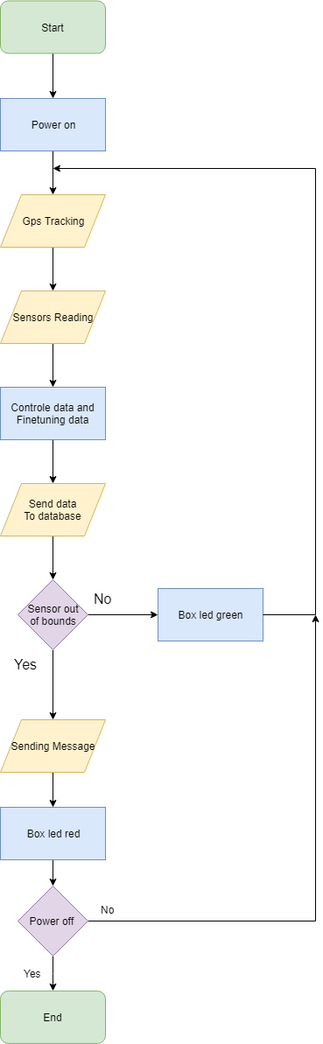
The draw.io diagram doc/img/flowchart.png in AP-IT-GH/iot19-md2, before a commit. Source tidied: cells renumbered, new cells last; positions are measured from the earlier drawing's top-left corner, leaving out a move shared by most shapes. The source it was exported from:
```xml
<mxGraphModel background="#ffffff">
  <root>
    <mxCell id="0" />
    <mxCell id="1" parent="0" />
    <mxCell id="2" style="edgeStyle=orthogonalEdgeStyle;rounded=0;jettySize=auto;html=1;" parent="1" edge="1" source="3" target="7">
      <mxGeometry relative="1" as="geometry" />
    </mxCell>
    <mxCell id="3" value="Power on" style="rounded=0;whiteSpace=wrap;html=1;fillColor=#dae8fc;strokeColor=#6c8ebf;" parent="1" vertex="1">
      <mxGeometry y="112" width="120" height="60" as="geometry" />
    </mxCell>
    <mxCell id="4" style="edgeStyle=orthogonalEdgeStyle;rounded=0;jettySize=auto;html=1;" parent="1" edge="1" source="5" target="3">
      <mxGeometry relative="1" as="geometry" />
    </mxCell>
    <mxCell id="5" value="Start" style="rounded=1;whiteSpace=wrap;html=1;fillColor=#d5e8d4;strokeColor=#82b366;" parent="1" vertex="1">
      <mxGeometry y="0.5" width="120" height="60" as="geometry" />
    </mxCell>
    <mxCell id="6" style="edgeStyle=orthogonalEdgeStyle;rounded=0;jettySize=auto;html=1;" parent="1" edge="1" source="7" target="9">
      <mxGeometry relative="1" as="geometry" />
    </mxCell>
    <mxCell id="7" value="Gps Tracking" style="shape=parallelogram;perimeter=parallelogramPerimeter;whiteSpace=wrap;html=1;fillColor=#fff2cc;strokeColor=#d6b656;" parent="1" vertex="1">
      <mxGeometry y="222" width="120" height="60" as="geometry" />
    </mxCell>
    <mxCell id="8" style="edgeStyle=orthogonalEdgeStyle;rounded=0;jettySize=auto;html=1;" parent="1" edge="1" source="9" target="11">
      <mxGeometry relative="1" as="geometry" />
    </mxCell>
    <mxCell id="9" value="Sensors Reading" style="shape=parallelogram;perimeter=parallelogramPerimeter;whiteSpace=wrap;html=1;fillColor=#fff2cc;strokeColor=#d6b656;" parent="1" vertex="1">
      <mxGeometry y="332" width="120" height="60" as="geometry" />
    </mxCell>
    <mxCell id="10" style="edgeStyle=orthogonalEdgeStyle;rounded=0;jettySize=auto;html=1;" parent="1" edge="1" source="11">
      <mxGeometry relative="1" as="geometry">
        <mxPoint x="60" y="552" as="targetPoint" />
      </mxGeometry>
    </mxCell>
    <mxCell id="11" value="Controle data and&lt;br&gt;Finetuning data" style="rounded=0;whiteSpace=wrap;html=1;fillColor=#dae8fc;strokeColor=#6c8ebf;" parent="1" vertex="1">
      <mxGeometry y="442" width="120" height="60" as="geometry" />
    </mxCell>
    <mxCell id="12" style="edgeStyle=orthogonalEdgeStyle;rounded=0;jettySize=auto;html=1;" parent="1" edge="1" target="15">
      <mxGeometry relative="1" as="geometry">
        <mxPoint x="60" y="612" as="sourcePoint" />
      </mxGeometry>
    </mxCell>
    <mxCell id="13" style="edgeStyle=orthogonalEdgeStyle;rounded=0;jettySize=auto;html=1;" parent="1" edge="1" source="15">
      <mxGeometry relative="1" as="geometry">
        <mxPoint x="60" y="822" as="targetPoint" />
      </mxGeometry>
    </mxCell>
    <mxCell id="14" style="edgeStyle=orthogonalEdgeStyle;rounded=0;jettySize=auto;html=1;" parent="1" edge="1" source="15">
      <mxGeometry relative="1" as="geometry">
        <mxPoint x="180" y="702" as="targetPoint" />
      </mxGeometry>
    </mxCell>
    <mxCell id="15" value="Sensor out&lt;br&gt;of bounds" style="rhombus;whiteSpace=wrap;html=1;fillColor=#e1d5e7;strokeColor=#9673a6;" parent="1" vertex="1">
      <mxGeometry x="20" y="662" width="80" height="80" as="geometry" />
    </mxCell>
    <mxCell id="16" value="&lt;font style=&quot;font-size: 16px&quot;&gt;Yes&lt;/font&gt;" style="text;html=1;align=left;verticalAlign=top;spacingTop=-4;" parent="1" vertex="1">
      <mxGeometry x="14" y="747" width="40" height="20" as="geometry" />
    </mxCell>
    <mxCell id="17" style="edgeStyle=orthogonalEdgeStyle;rounded=0;jettySize=auto;html=1;" parent="1" edge="1" target="19">
      <mxGeometry relative="1" as="geometry">
        <mxPoint x="60" y="882" as="sourcePoint" />
      </mxGeometry>
    </mxCell>
    <mxCell id="18" style="edgeStyle=orthogonalEdgeStyle;rounded=0;jettySize=auto;html=1;" parent="1" edge="1" source="19">
      <mxGeometry relative="1" as="geometry">
        <mxPoint x="60" y="1012" as="targetPoint" />
      </mxGeometry>
    </mxCell>
    <mxCell id="19" value="Box led red" style="rounded=0;whiteSpace=wrap;html=1;fillColor=#dae8fc;strokeColor=#6c8ebf;" parent="1" vertex="1">
      <mxGeometry y="922" width="120" height="60" as="geometry" />
    </mxCell>
    <mxCell id="20" value="Box led green" style="rounded=0;whiteSpace=wrap;html=1;fillColor=#dae8fc;strokeColor=#6c8ebf;" parent="1" vertex="1">
      <mxGeometry x="180" y="672" width="120" height="60" as="geometry" />
    </mxCell>
    <mxCell id="21" value="&lt;span style=&quot;font-size: 16px&quot;&gt;No&lt;/span&gt;" style="text;html=1;align=left;verticalAlign=top;spacingTop=-4;" parent="1" vertex="1">
      <mxGeometry x="105" y="672" width="40" height="20" as="geometry" />
    </mxCell>
    <mxCell id="22" style="endArrow=none;html=1;" parent="1" edge="1">
      <mxGeometry relative="1" as="geometry">
        <mxPoint x="360" y="702" as="sourcePoint" />
        <mxPoint x="360" y="192" as="targetPoint" />
      </mxGeometry>
    </mxCell>
    <mxCell id="23" style="endArrow=none;html=1;entryX=1;entryY=0.5;entryDx=0;entryDy=0;" parent="1" edge="1" target="20">
      <mxGeometry relative="1" as="geometry">
        <mxPoint x="360" y="702" as="sourcePoint" />
      </mxGeometry>
    </mxCell>
    <mxCell id="24" style="edgeStyle=orthogonalEdgeStyle;rounded=0;jettySize=auto;html=1;exitX=1;exitY=0.5;exitDx=0;exitDy=0;" parent="1" edge="1" source="26">
      <mxGeometry relative="1" as="geometry">
        <mxPoint x="360" y="702" as="targetPoint" />
      </mxGeometry>
    </mxCell>
    <mxCell id="25" style="edgeStyle=orthogonalEdgeStyle;rounded=0;jettySize=auto;html=1;" parent="1" edge="1" source="26" target="27">
      <mxGeometry relative="1" as="geometry" />
    </mxCell>
    <mxCell id="26" value="Power off&amp;nbsp;" style="rhombus;whiteSpace=wrap;html=1;fillColor=#e1d5e7;strokeColor=#9673a6;" parent="1" vertex="1">
      <mxGeometry x="20" y="1012" width="80" height="80" as="geometry" />
    </mxCell>
    <mxCell id="27" value="End" style="rounded=1;whiteSpace=wrap;html=1;fillColor=#d5e8d4;strokeColor=#82b366;" parent="1" vertex="1">
      <mxGeometry y="1131.9" width="120" height="60" as="geometry" />
    </mxCell>
    <mxCell id="28" style="endArrow=classic;html=1;" parent="1" edge="1">
      <mxGeometry relative="1" as="geometry">
        <mxPoint x="360" y="192" as="sourcePoint" />
        <mxPoint x="60" y="192" as="targetPoint" />
      </mxGeometry>
    </mxCell>
    <mxCell id="29" value="No" style="text;html=1;align=left;verticalAlign=top;spacingTop=-4;" parent="1" vertex="1">
      <mxGeometry x="113" y="1030" width="30" height="20" as="geometry" />
    </mxCell>
    <mxCell id="30" value="Yes" style="text;html=1;align=left;verticalAlign=top;spacingTop=-4;" parent="1" vertex="1">
      <mxGeometry x="25" y="1103" width="30" height="20" as="geometry" />
    </mxCell>
    <mxCell id="31" value="Send data&lt;br&gt;To database" style="shape=parallelogram;perimeter=parallelogramPerimeter;whiteSpace=wrap;html=1;fillColor=#fff2cc;strokeColor=#d6b656;" parent="1" vertex="1">
      <mxGeometry y="552" width="120" height="60" as="geometry" />
    </mxCell>
    <mxCell id="32" value="Sending Message" style="shape=parallelogram;perimeter=parallelogramPerimeter;whiteSpace=wrap;html=1;fillColor=#fff2cc;strokeColor=#d6b656;" parent="1" vertex="1">
      <mxGeometry y="822" width="120" height="60" as="geometry" />
    </mxCell>
  </root>
</mxGraphModel>
```
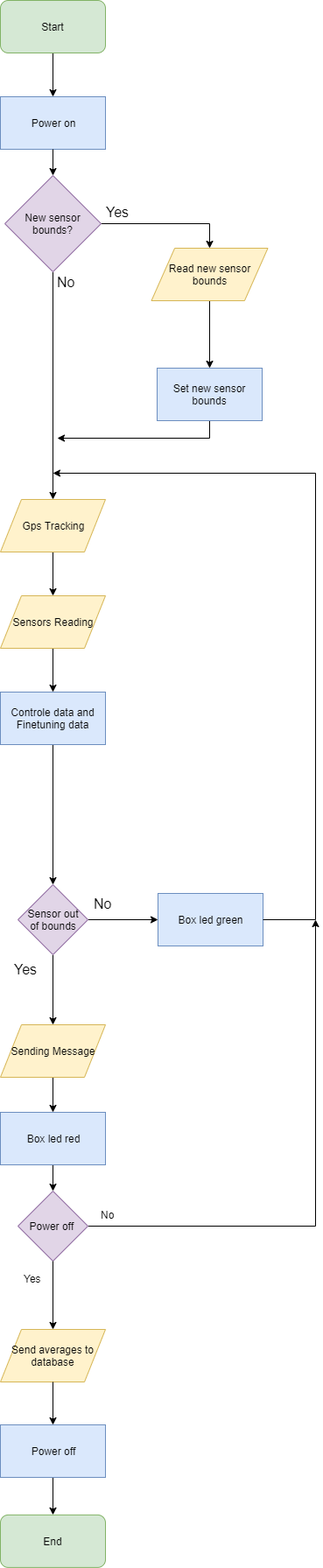
The same file after the commit.

Commit message:
flowchart doen

The edit, as a diff of the source:
```diff
@@ -2,17 +2,17 @@
   <root>
     <mxCell id="0" />
     <mxCell id="1" parent="0" />
-    <mxCell id="2" style="edgeStyle=orthogonalEdgeStyle;rounded=0;jettySize=auto;html=1;" parent="1" edge="1" source="3" target="7">
+    <mxCell id="2" style="edgeStyle=orthogonalEdgeStyle;rounded=0;jettySize=auto;html=1;" parent="1" edge="1" source="35" target="7">
       <mxGeometry relative="1" as="geometry" />
     </mxCell>
     <mxCell id="3" value="Power on" style="rounded=0;whiteSpace=wrap;html=1;fillColor=#dae8fc;strokeColor=#6c8ebf;" parent="1" vertex="1">
-      <mxGeometry y="112" width="120" height="60" as="geometry" />
+      <mxGeometry y="-238" width="120" height="60" as="geometry" />
     </mxCell>
     <mxCell id="4" style="edgeStyle=orthogonalEdgeStyle;rounded=0;jettySize=auto;html=1;" parent="1" edge="1" source="5" target="3">
       <mxGeometry relative="1" as="geometry" />
     </mxCell>
     <mxCell id="5" value="Start" style="rounded=1;whiteSpace=wrap;html=1;fillColor=#d5e8d4;strokeColor=#82b366;" parent="1" vertex="1">
-      <mxGeometry y="0.5" width="120" height="60" as="geometry" />
+      <mxGeometry y="-348" width="120" height="60" as="geometry" />
     </mxCell>
     <mxCell id="6" style="edgeStyle=orthogonalEdgeStyle;rounded=0;jettySize=auto;html=1;" parent="1" edge="1" source="7" target="9">
       <mxGeometry relative="1" as="geometry" />
@@ -26,19 +26,12 @@
     <mxCell id="9" value="Sensors Reading" style="shape=parallelogram;perimeter=parallelogramPerimeter;whiteSpace=wrap;html=1;fillColor=#fff2cc;strokeColor=#d6b656;" parent="1" vertex="1">
       <mxGeometry y="332" width="120" height="60" as="geometry" />
     </mxCell>
-    <mxCell id="10" style="edgeStyle=orthogonalEdgeStyle;rounded=0;jettySize=auto;html=1;" parent="1" edge="1" source="11">
-      <mxGeometry relative="1" as="geometry">
-        <mxPoint x="60" y="552" as="targetPoint" />
-      </mxGeometry>
-    </mxCell>
+    <mxCell id="33" style="edgeStyle=orthogonalEdgeStyle;rounded=0;jettySize=auto;html=1;exitX=0.5;exitY=1;exitDx=0;exitDy=0;entryX=0.5;entryY=0;entryDx=0;entryDy=0;" parent="1" edge="1" source="11" target="15">
+      <mxGeometry relative="1" as="geometry" />
+    </mxCell>
     <mxCell id="11" value="Controle data and&lt;br&gt;Finetuning data" style="rounded=0;whiteSpace=wrap;html=1;fillColor=#dae8fc;strokeColor=#6c8ebf;" parent="1" vertex="1">
       <mxGeometry y="442" width="120" height="60" as="geometry" />
     </mxCell>
-    <mxCell id="12" style="edgeStyle=orthogonalEdgeStyle;rounded=0;jettySize=auto;html=1;" parent="1" edge="1" target="15">
-      <mxGeometry relative="1" as="geometry">
-        <mxPoint x="60" y="612" as="sourcePoint" />
-      </mxGeometry>
-    </mxCell>
     <mxCell id="13" style="edgeStyle=orthogonalEdgeStyle;rounded=0;jettySize=auto;html=1;" parent="1" edge="1" source="15">
       <mxGeometry relative="1" as="geometry">
         <mxPoint x="60" y="822" as="targetPoint" />
@@ -90,14 +83,14 @@
         <mxPoint x="360" y="702" as="targetPoint" />
       </mxGeometry>
     </mxCell>
-    <mxCell id="25" style="edgeStyle=orthogonalEdgeStyle;rounded=0;jettySize=auto;html=1;" parent="1" edge="1" source="26" target="27">
+    <mxCell id="25" style="edgeStyle=orthogonalEdgeStyle;rounded=0;jettySize=auto;html=1;" parent="1" edge="1" source="45" target="27">
       <mxGeometry relative="1" as="geometry" />
     </mxCell>
     <mxCell id="26" value="Power off&amp;nbsp;" style="rhombus;whiteSpace=wrap;html=1;fillColor=#e1d5e7;strokeColor=#9673a6;" parent="1" vertex="1">
       <mxGeometry x="20" y="1012" width="80" height="80" as="geometry" />
     </mxCell>
     <mxCell id="27" value="End" style="rounded=1;whiteSpace=wrap;html=1;fillColor=#d5e8d4;strokeColor=#82b366;" parent="1" vertex="1">
-      <mxGeometry y="1131.9" width="120" height="60" as="geometry" />
+      <mxGeometry y="1381.9" width="120" height="60" as="geometry" />
     </mxCell>
     <mxCell id="28" style="endArrow=classic;html=1;" parent="1" edge="1">
       <mxGeometry relative="1" as="geometry">
@@ -111,11 +104,52 @@
     <mxCell id="30" value="Yes" style="text;html=1;align=left;verticalAlign=top;spacingTop=-4;" parent="1" vertex="1">
       <mxGeometry x="25" y="1103" width="30" height="20" as="geometry" />
     </mxCell>
-    <mxCell id="31" value="Send data&lt;br&gt;To database" style="shape=parallelogram;perimeter=parallelogramPerimeter;whiteSpace=wrap;html=1;fillColor=#fff2cc;strokeColor=#d6b656;" parent="1" vertex="1">
-      <mxGeometry y="552" width="120" height="60" as="geometry" />
-    </mxCell>
     <mxCell id="32" value="Sending Message" style="shape=parallelogram;perimeter=parallelogramPerimeter;whiteSpace=wrap;html=1;fillColor=#fff2cc;strokeColor=#d6b656;" parent="1" vertex="1">
       <mxGeometry y="822" width="120" height="60" as="geometry" />
     </mxCell>
+    <mxCell id="34" style="edgeStyle=orthogonalEdgeStyle;rounded=0;jettySize=auto;html=1;exitX=1;exitY=0.5;exitDx=0;exitDy=0;entryX=0.5;entryY=0;entryDx=0;entryDy=0;" parent="1" edge="1" source="35" target="40">
+      <mxGeometry relative="1" as="geometry" />
+    </mxCell>
+    <mxCell id="35" value="New sensor bounds?" style="rhombus;whiteSpace=wrap;html=1;fillColor=#e1d5e7;strokeColor=#9673a6;" parent="1" vertex="1">
+      <mxGeometry x="5" y="-148" width="110" height="110" as="geometry" />
+    </mxCell>
+    <mxCell id="36" style="edgeStyle=orthogonalEdgeStyle;rounded=0;jettySize=auto;html=1;" parent="1" edge="1" source="3" target="35">
+      <mxGeometry relative="1" as="geometry" />
+    </mxCell>
+    <mxCell id="37" value="&lt;span style=&quot;font-size: 16px&quot;&gt;No&lt;/span&gt;" style="text;html=1;align=left;verticalAlign=top;spacingTop=-4;" parent="1" vertex="1">
+      <mxGeometry x="63" y="-38" width="40" height="20" as="geometry" />
+    </mxCell>
+    <mxCell id="38" value="&lt;font style=&quot;font-size: 16px&quot;&gt;Yes&lt;/font&gt;" style="text;html=1;align=left;verticalAlign=top;spacingTop=-4;" parent="1" vertex="1">
+      <mxGeometry x="119" y="-118" width="40" height="20" as="geometry" />
+    </mxCell>
+    <mxCell id="39" style="edgeStyle=orthogonalEdgeStyle;rounded=0;jettySize=auto;html=1;exitX=0.5;exitY=1;exitDx=0;exitDy=0;entryX=0.5;entryY=0;entryDx=0;entryDy=0;" parent="1" edge="1" source="40" target="42">
+      <mxGeometry relative="1" as="geometry" />
+    </mxCell>
+    <mxCell id="40" value="Read new sensor bounds" style="shape=parallelogram;perimeter=parallelogramPerimeter;whiteSpace=wrap;html=1;fillColor=#fff2cc;strokeColor=#d6b656;" parent="1" vertex="1">
+      <mxGeometry x="172.5" y="-65" width="133" height="60" as="geometry" />
+    </mxCell>
+    <mxCell id="41" style="edgeStyle=orthogonalEdgeStyle;rounded=0;jettySize=auto;html=1;exitX=0.5;exitY=1;exitDx=0;exitDy=0;" parent="1" edge="1" source="42">
+      <mxGeometry relative="1" as="geometry">
+        <mxPoint x="65" y="152" as="targetPoint" />
+        <Array as="points">
+          <mxPoint x="239" y="152" />
+        </Array>
+      </mxGeometry>
+    </mxCell>
+    <mxCell id="42" value="Set new sensor bounds" style="rounded=0;whiteSpace=wrap;html=1;fillColor=#dae8fc;strokeColor=#6c8ebf;" parent="1" vertex="1">
+      <mxGeometry x="179" y="72" width="120" height="60" as="geometry" />
+    </mxCell>
+    <mxCell id="43" value="Send averages to database" style="shape=parallelogram;perimeter=parallelogramPerimeter;whiteSpace=wrap;html=1;fillColor=#fff2cc;strokeColor=#d6b656;" parent="1" vertex="1">
+      <mxGeometry y="1170" width="120" height="60" as="geometry" />
+    </mxCell>
+    <mxCell id="44" style="edgeStyle=orthogonalEdgeStyle;rounded=0;jettySize=auto;html=1;" parent="1" edge="1" source="26" target="43">
+      <mxGeometry relative="1" as="geometry" />
+    </mxCell>
+    <mxCell id="45" value="Power off" style="rounded=0;whiteSpace=wrap;html=1;fillColor=#dae8fc;strokeColor=#6c8ebf;" parent="1" vertex="1">
+      <mxGeometry y="1279" width="120" height="60" as="geometry" />
+    </mxCell>
+    <mxCell id="46" style="edgeStyle=orthogonalEdgeStyle;rounded=0;jettySize=auto;html=1;" parent="1" edge="1" source="43" target="45">
+      <mxGeometry relative="1" as="geometry" />
+    </mxCell>
   </root>
 </mxGraphModel>
```
